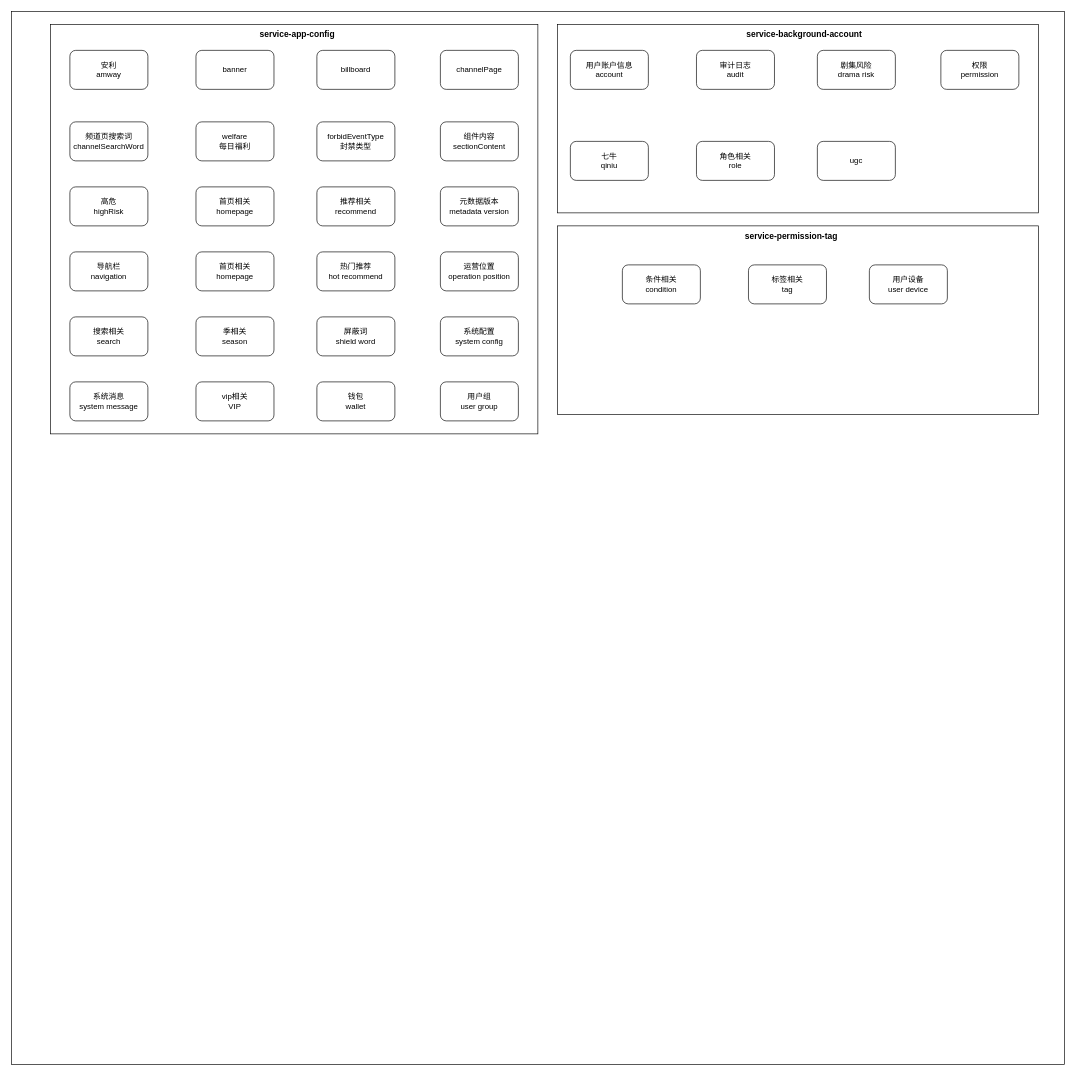
This is page "All" (12 of 12) of service-app-config.drawio from songmulin/rr-business, a draw.io file, before an edit. Source tidied: cells renumbered, new cells numbered last; positions are measured from the earlier drawing's top-left corner, leaving out a move shared by most shapes. Both pictures are drawn from the tidied source at 65%, with x=0, y=0 at pixel (11, 11).
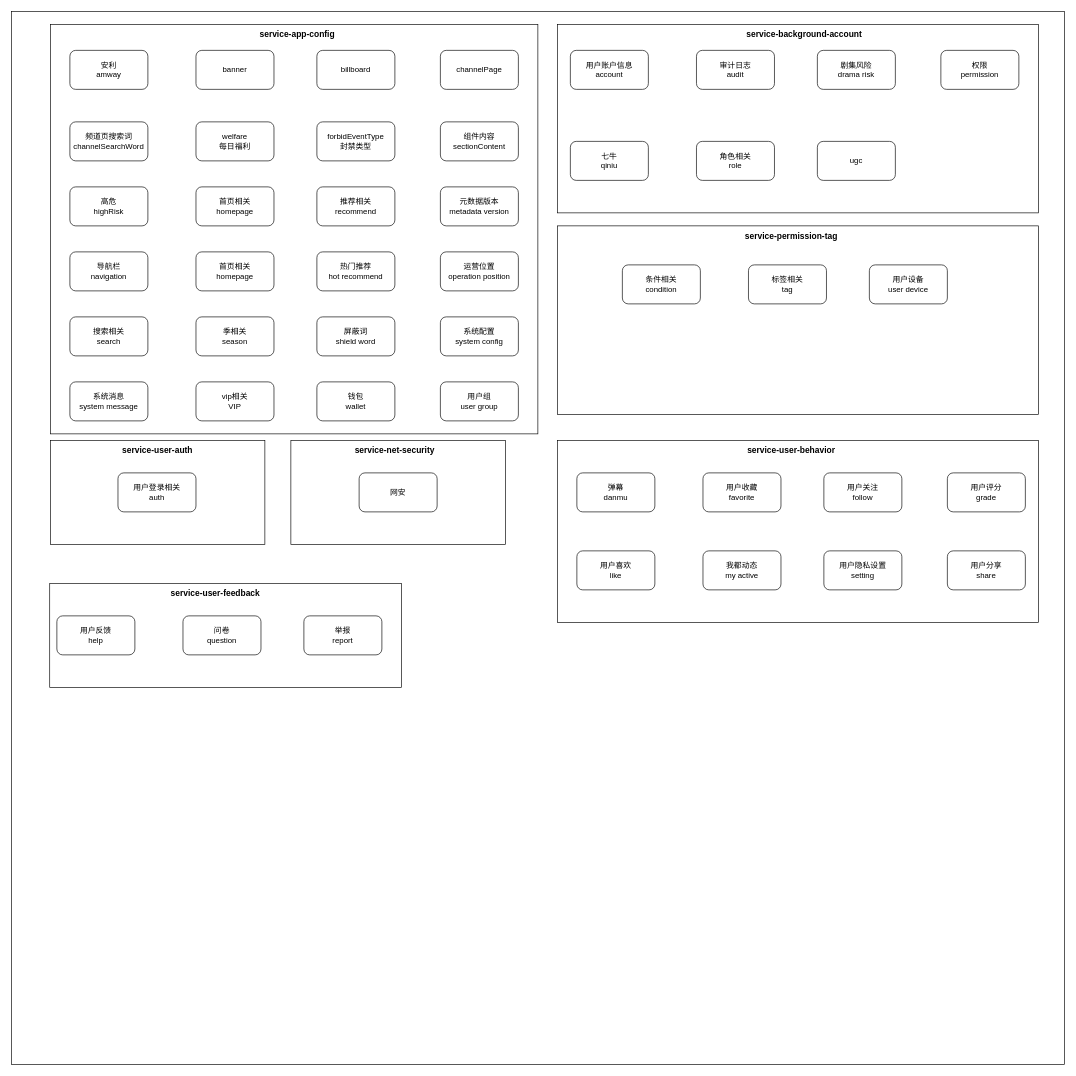
After the change.

The edit, as a diff of the source:
```diff
@@
+    <mxCell id="43" style="rounded=0;whiteSpace=wrap;html=1;fontSize=13;strokeWidth=1;" parent="1" vertex="1">
+      <mxGeometry x="60" y="660" width="330" height="160" as="geometry" />
+    </mxCell>
+    <mxCell id="44" value="service-user-auth" style="text;html=1;strokeColor=none;fillColor=none;align=center;verticalAlign=middle;whiteSpace=wrap;rounded=0;strokeWidth=1;fontStyle=1;fontSize=13;" parent="1" vertex="1">
+      <mxGeometry x="135" y="670" width="180" height="10" as="geometry" />
+    </mxCell>
+    <mxCell id="45" value="用户登录相关&lt;br&gt;auth" style="rounded=1;whiteSpace=wrap;html=1;" parent="1" vertex="1">
+      <mxGeometry x="164" y="710" width="120" height="60" as="geometry" />
+    </mxCell>
+    <mxCell id="46" style="rounded=0;whiteSpace=wrap;html=1;fontSize=13;strokeWidth=1;" parent="1" vertex="1">
+      <mxGeometry x="430" y="660" width="330" height="160" as="geometry" />
+    </mxCell>
+    <mxCell id="47" value="service-net-security" style="text;html=1;strokeColor=none;fillColor=none;align=center;verticalAlign=middle;whiteSpace=wrap;rounded=0;strokeWidth=1;fontStyle=1;fontSize=13;" parent="1" vertex="1">
+      <mxGeometry x="500" y="670" width="180" height="10" as="geometry" />
+    </mxCell>
+    <mxCell id="48" value="网安" style="rounded=1;whiteSpace=wrap;html=1;" parent="1" vertex="1">
+      <mxGeometry x="535" y="710" width="120" height="60" as="geometry" />
+    </mxCell>
+    <mxCell id="49" style="rounded=0;whiteSpace=wrap;html=1;fontSize=13;strokeWidth=1;" parent="1" vertex="1">
+      <mxGeometry x="840" y="660" width="740" height="280" as="geometry" />
+    </mxCell>
+    <mxCell id="50" value="弹幕&lt;br&gt;danmu" style="rounded=1;whiteSpace=wrap;html=1;" parent="1" vertex="1">
+      <mxGeometry x="870" y="710" width="120" height="60" as="geometry" />
+    </mxCell>
+    <mxCell id="51" value="用户收藏&lt;br&gt;favorite" style="rounded=1;whiteSpace=wrap;html=1;" parent="1" vertex="1">
+      <mxGeometry x="1064" y="710" width="120" height="60" as="geometry" />
+    </mxCell>
+    <mxCell id="52" value="用户关注&lt;br&gt;follow" style="rounded=1;whiteSpace=wrap;html=1;" parent="1" vertex="1">
+      <mxGeometry x="1250" y="710" width="120" height="60" as="geometry" />
+    </mxCell>
+    <mxCell id="53" value="用户评分&lt;br&gt;grade" style="rounded=1;whiteSpace=wrap;html=1;" parent="1" vertex="1">
+      <mxGeometry x="1440" y="710" width="120" height="60" as="geometry" />
+    </mxCell>
+    <mxCell id="54" value="用户喜欢&lt;br&gt;like" style="rounded=1;whiteSpace=wrap;html=1;" parent="1" vertex="1">
+      <mxGeometry x="870" y="830" width="120" height="60" as="geometry" />
+    </mxCell>
+    <mxCell id="55" value="我都动态&lt;br&gt;my active" style="rounded=1;whiteSpace=wrap;html=1;" parent="1" vertex="1">
+      <mxGeometry x="1064" y="830" width="120" height="60" as="geometry" />
+    </mxCell>
+    <mxCell id="56" value="用户隐私设置&lt;br&gt;setting" style="rounded=1;whiteSpace=wrap;html=1;" parent="1" vertex="1">
+      <mxGeometry x="1250" y="830" width="120" height="60" as="geometry" />
+    </mxCell>
+    <mxCell id="57" value="用户分享&lt;br&gt;share" style="rounded=1;whiteSpace=wrap;html=1;" parent="1" vertex="1">
+      <mxGeometry x="1440" y="830" width="120" height="60" as="geometry" />
+    </mxCell>
+    <mxCell id="58" value="service-user-behavior" style="text;html=1;strokeColor=none;fillColor=none;align=center;verticalAlign=middle;whiteSpace=wrap;rounded=0;strokeWidth=1;fontStyle=1;fontSize=13;" parent="1" vertex="1">
+      <mxGeometry x="1110" y="670" width="180" height="10" as="geometry" />
+    </mxCell>
+    <mxCell id="59" style="rounded=0;whiteSpace=wrap;html=1;fontSize=13;strokeWidth=1;" parent="1" vertex="1">
+      <mxGeometry x="59" y="880" width="541" height="160" as="geometry" />
+    </mxCell>
+    <mxCell id="60" value="用户反馈&lt;br&gt;help" style="rounded=1;whiteSpace=wrap;html=1;" parent="1" vertex="1">
+      <mxGeometry x="70" y="930" width="120" height="60" as="geometry" />
+    </mxCell>
+    <mxCell id="61" value="问卷&lt;br&gt;question" style="rounded=1;whiteSpace=wrap;html=1;" parent="1" vertex="1">
+      <mxGeometry x="264" y="930" width="120" height="60" as="geometry" />
+    </mxCell>
+    <mxCell id="62" value="举报&lt;br&gt;report" style="rounded=1;whiteSpace=wrap;html=1;" parent="1" vertex="1">
+      <mxGeometry x="450" y="930" width="120" height="60" as="geometry" />
+    </mxCell>
+    <mxCell id="63" value="service-user-feedback" style="text;html=1;strokeColor=none;fillColor=none;align=center;verticalAlign=middle;whiteSpace=wrap;rounded=0;strokeWidth=1;fontStyle=1;fontSize=13;" parent="1" vertex="1">
+      <mxGeometry x="224" y="890" width="180" height="10" as="geometry" />
+    </mxCell>
```
